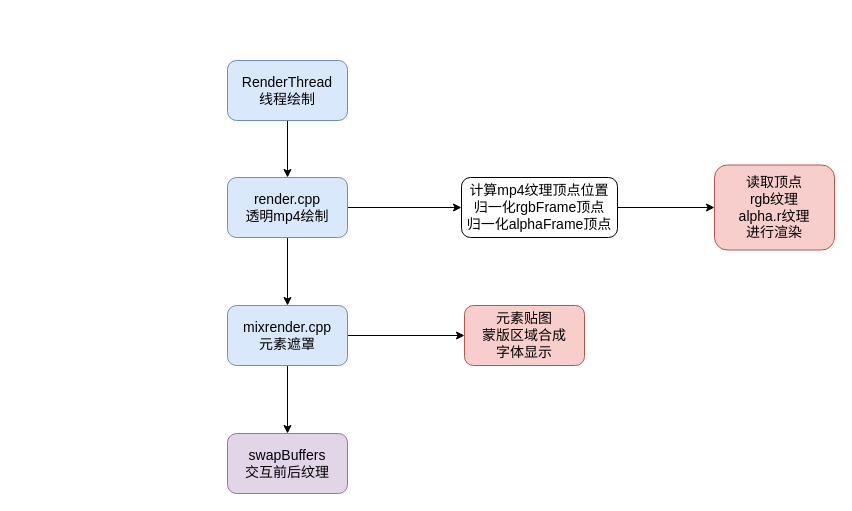
Above: page "Page-4" (4 of 4) of YYEVA.drawio in cangwang/news (draw.io), before the change. Source tidied: cells renumbered, new cells numbered last; positions are measured from the earlier drawing's top-left corner, leaving out a move shared by most shapes. Both pictures are drawn from the tidied source at 100%, with x=0, y=0 at pixel (227, 60).
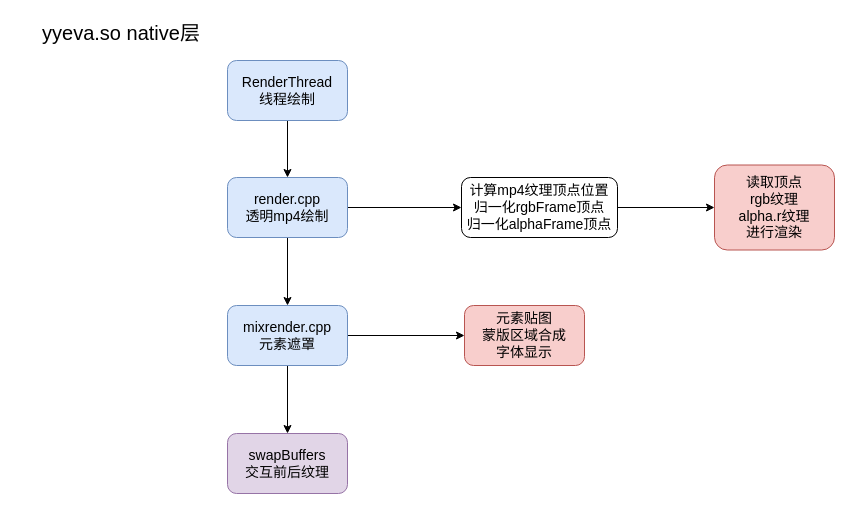
The same diagram, later.

Change to the diagram source:
```diff
@@
 <mxGraphModel>
   <root>
     <mxCell id="0" />
     <mxCell id="1" parent="0" />
     <mxCell id="2" style="edgeStyle=orthogonalEdgeStyle;rounded=0;jettySize=auto;html=1;exitX=1;exitY=0.5;exitDx=0;exitDy=0;fontSize=14;" parent="1" edge="1" source="4" target="9">
       <mxGeometry relative="1" as="geometry" />
     </mxCell>
     <mxCell id="3" style="edgeStyle=orthogonalEdgeStyle;rounded=0;jettySize=auto;html=1;exitX=0.5;exitY=1;exitDx=0;exitDy=0;fontSize=14;" parent="1" edge="1" source="4" target="7">
       <mxGeometry relative="1" as="geometry" />
     </mxCell>
     <mxCell id="4" value="render.cpp&lt;br&gt;透明mp4绘制" style="rounded=1;whiteSpace=wrap;html=1;fontSize=14;fillColor=#dae8fc;strokeColor=#6c8ebf;" parent="1" vertex="1">
       <mxGeometry y="117" width="120" height="60" as="geometry" />
     </mxCell>
     <mxCell id="5" style="edgeStyle=orthogonalEdgeStyle;rounded=0;jettySize=auto;html=1;exitX=1;exitY=0.5;exitDx=0;exitDy=0;fontSize=14;" parent="1" edge="1" source="7" target="11">
       <mxGeometry relative="1" as="geometry" />
     </mxCell>
     <mxCell id="6" style="edgeStyle=orthogonalEdgeStyle;rounded=0;jettySize=auto;html=1;exitX=0.5;exitY=1;exitDx=0;exitDy=0;fontSize=14;" parent="1" edge="1" source="7" target="12">
       <mxGeometry relative="1" as="geometry" />
     </mxCell>
     <mxCell id="7" value="mixrender.cpp&lt;br&gt;元素遮罩" style="rounded=1;whiteSpace=wrap;html=1;fontSize=14;fillColor=#dae8fc;strokeColor=#6c8ebf;" parent="1" vertex="1">
       <mxGeometry y="245" width="120" height="60" as="geometry" />
     </mxCell>
     <mxCell id="8" style="edgeStyle=orthogonalEdgeStyle;rounded=0;jettySize=auto;html=1;exitX=1;exitY=0.5;exitDx=0;exitDy=0;fontSize=14;" parent="1" edge="1" source="9" target="10">
       <mxGeometry relative="1" as="geometry" />
     </mxCell>
     <mxCell id="9" value="计算mp4纹理顶点位置&lt;br&gt;归一化rgbFrame顶点&lt;br&gt;归一化alphaFrame顶点" style="rounded=1;whiteSpace=wrap;html=1;fontSize=14;fillColor=default;" parent="1" vertex="1">
       <mxGeometry x="234" y="117" width="156" height="60" as="geometry" />
     </mxCell>
     <mxCell id="10" value="读取顶点&lt;br&gt;rgb纹理&lt;br&gt;alpha.r纹理&lt;br&gt;进行渲染" style="rounded=1;whiteSpace=wrap;html=1;fontSize=14;fillColor=#f8cecc;strokeColor=#b85450;" parent="1" vertex="1">
       <mxGeometry x="487" y="104.5" width="120" height="85" as="geometry" />
     </mxCell>
     <mxCell id="11" value="元素贴图&lt;br&gt;蒙版区域合成&lt;br&gt;字体显示" style="rounded=1;whiteSpace=wrap;html=1;fontSize=14;fillColor=#f8cecc;strokeColor=#b85450;" parent="1" vertex="1">
       <mxGeometry x="237" y="245" width="120" height="60" as="geometry" />
     </mxCell>
     <mxCell id="12" value="swapBuffers&lt;br&gt;交互前后纹理" style="rounded=1;whiteSpace=wrap;html=1;fontSize=14;fillColor=#e1d5e7;strokeColor=#9673a6;" parent="1" vertex="1">
       <mxGeometry y="373" width="120" height="60" as="geometry" />
     </mxCell>
     <mxCell id="13" style="edgeStyle=orthogonalEdgeStyle;rounded=0;jettySize=auto;html=1;exitX=0.5;exitY=1;exitDx=0;exitDy=0;fontSize=14;" parent="1" edge="1" source="14" target="4">
       <mxGeometry relative="1" as="geometry" />
     </mxCell>
     <mxCell id="14" value="RenderThread&lt;br&gt;线程绘制" style="rounded=1;whiteSpace=wrap;html=1;fontSize=14;fillColor=#dae8fc;strokeColor=#6c8ebf;" parent="1" vertex="1">
       <mxGeometry width="120" height="60" as="geometry" />
     </mxCell>
+    <mxCell id="15" value="&lt;font style=&quot;font-size: 20px;&quot;&gt;yyeva.so&amp;nbsp;native层&lt;/font&gt;" style="text;html=1;strokeColor=none;fillColor=none;align=center;verticalAlign=middle;whiteSpace=wrap;rounded=0;fontSize=14;" parent="1" vertex="1">
+      <mxGeometry x="-210" y="-43" width="208" height="30" as="geometry" />
+    </mxCell>
   </root>
 </mxGraphModel>
```
